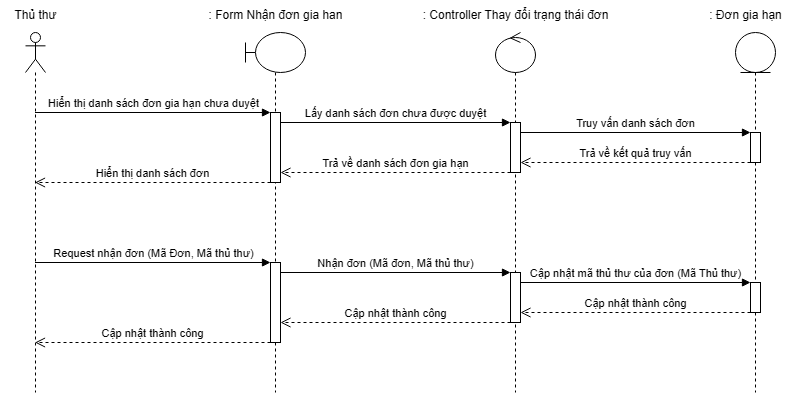
Before: Sequence Diagram/UC Gia hạn sách/Actor Thủ thư - Nhận đơn gia hạn.png, a diagram exported from draw.io (kimcuongdev/LibrarySystemAD). Source tidied: cells renumbered, new cells last; positions are measured from the earlier drawing's top-left corner, leaving out a move shared by most shapes.
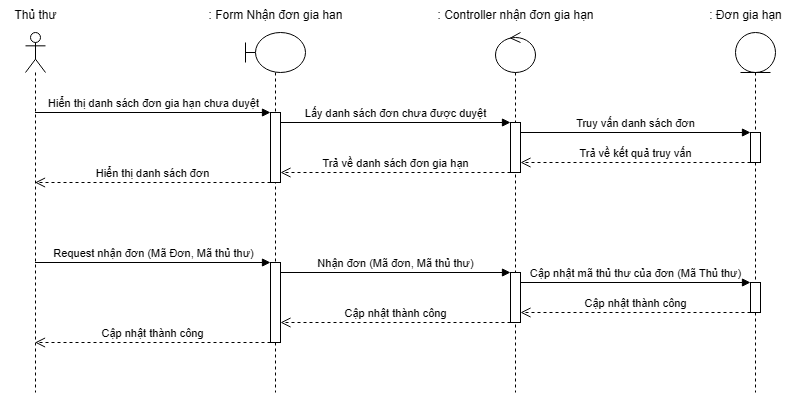
After the commit.

What changed in the source:
```diff
@@ -110,8 +110,8 @@
     <mxCell id="25" value=": Form Nhận đơn gia han" style="text;html=1;align=center;verticalAlign=middle;strokeColor=none;fillColor=none;" parent="1" vertex="1">
       <mxGeometry x="195" width="160" height="30" as="geometry" />
     </mxCell>
-    <mxCell id="26" value=": Controller Thay đổi trạng thái đơn" style="text;html=1;align=center;verticalAlign=middle;strokeColor=none;fillColor=none;" parent="1" vertex="1">
-      <mxGeometry x="410" width="210" height="30" as="geometry" />
+    <mxCell id="26" value=": Controller nhận đơn gia hạn" style="text;html=1;align=center;verticalAlign=middle;strokeColor=none;fillColor=none;" parent="1" vertex="1">
+      <mxGeometry x="425" width="180" height="30" as="geometry" />
     </mxCell>
     <mxCell id="27" value=": Đơn gia hạn" style="text;html=1;align=center;verticalAlign=middle;strokeColor=none;fillColor=none;" parent="1" vertex="1">
       <mxGeometry x="695" width="100" height="30" as="geometry" />
```
